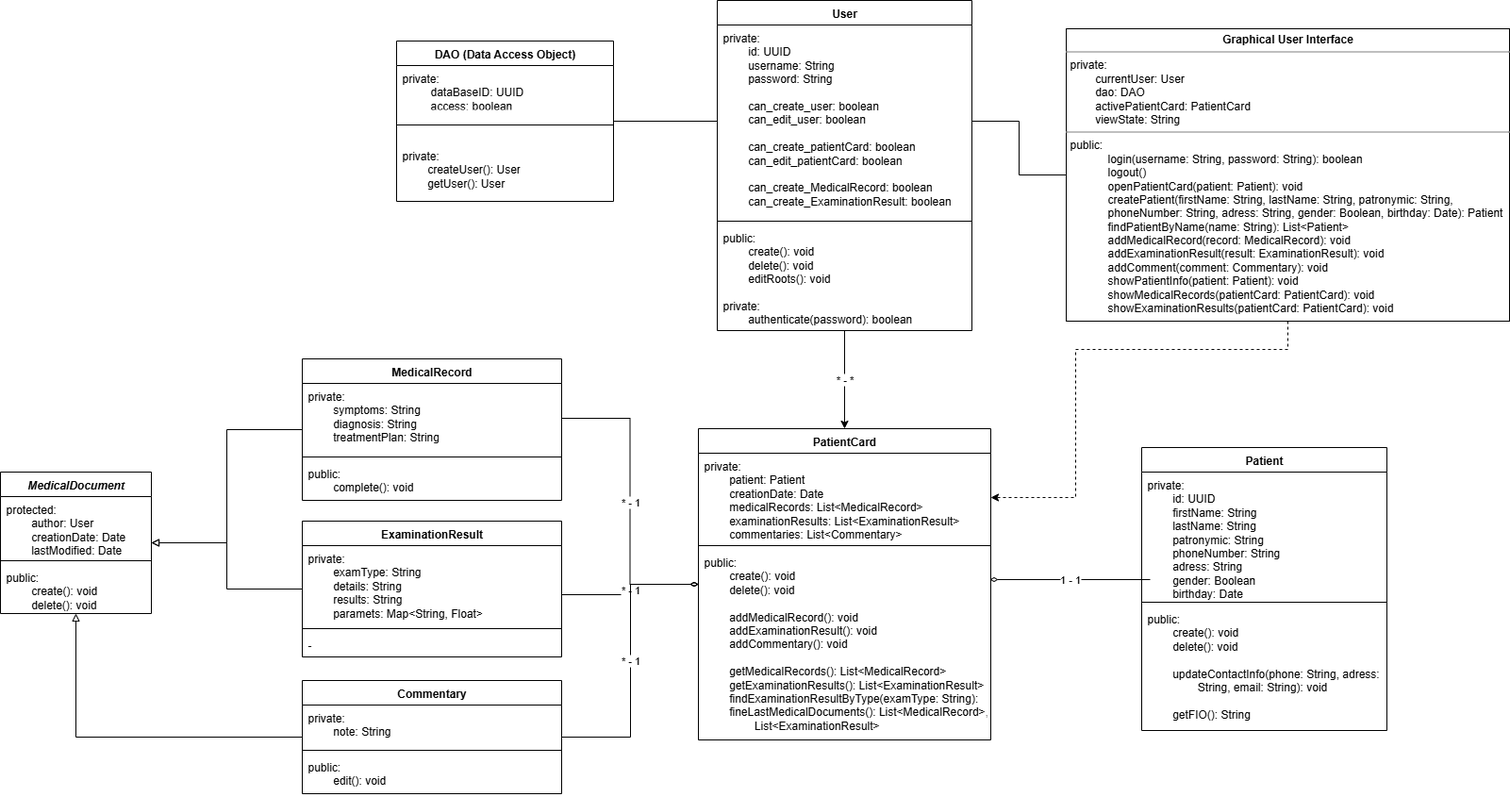
This is docs/class_diagram.png from pbsmfs/kpo, a draw.io export, as it was before one commit. Source tidied: cells renumbered, new cells last; positions are measured from the earlier drawing's top-left corner, leaving out a move shared by most shapes.
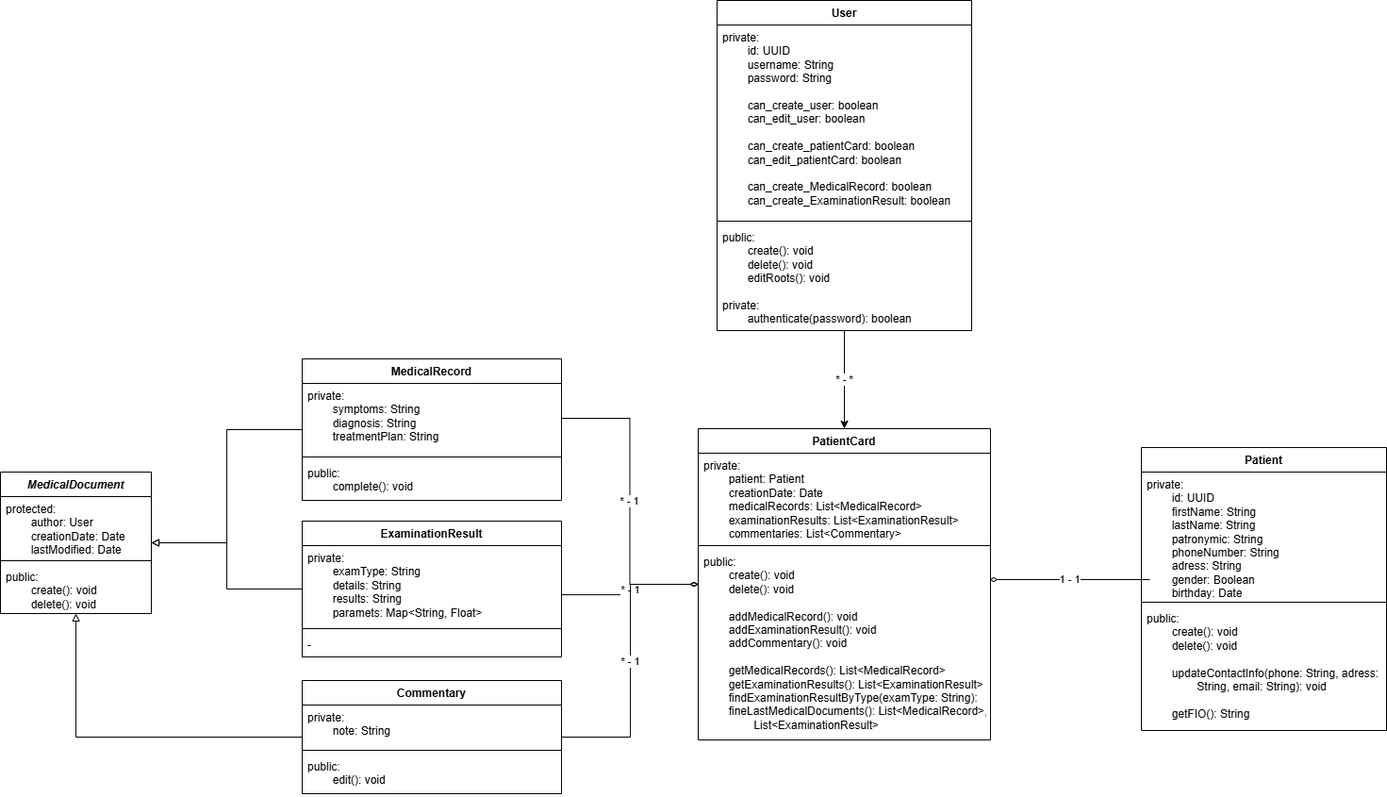
After the commit.

What changed in the source:
```diff
@@ -123,35 +123,5 @@
     <mxCell id="37" value="&lt;div&gt;public:&lt;/div&gt;&lt;div&gt;&lt;span style=&quot;background-color: transparent; color: light-dark(rgb(0, 0, 0), rgb(255, 255, 255));&quot;&gt;&lt;span style=&quot;white-space: pre;&quot;&gt;&#9;&lt;/span&gt;edit(): void&lt;/span&gt;&lt;/div&gt;" style="text;strokeColor=none;fillColor=none;align=left;verticalAlign=top;spacingLeft=4;spacingRight=4;overflow=hidden;whiteSpace=wrap;html=1;" parent="34" vertex="1">
       <mxGeometry y="78" width="275" height="42" as="geometry" />
     </mxCell>
-    <mxCell id="38" style="edgeStyle=orthogonalEdgeStyle;rounded=0;jettySize=auto;html=1;entryX=1;entryY=0.5;entryDx=0;entryDy=0;endArrow=none;endFill=0;" parent="1" edge="1" source="40" target="24">
-      <mxGeometry relative="1" as="geometry" />
-    </mxCell>
-    <mxCell id="39" style="edgeStyle=orthogonalEdgeStyle;rounded=0;jettySize=auto;html=1;exitX=0.5;exitY=1;exitDx=0;exitDy=0;entryX=1;entryY=0.5;entryDx=0;entryDy=0;dashed=1;" parent="1" edge="1" source="40" target="8">
-      <mxGeometry relative="1" as="geometry">
-        <Array as="points">
-          <mxPoint x="1365" y="370" />
-          <mxPoint x="1140" y="370" />
-          <mxPoint x="1140" y="527" />
-        </Array>
-      </mxGeometry>
-    </mxCell>
-    <mxCell id="40" value="&lt;p style=&quot;margin:0px;margin-top:4px;text-align:center;&quot;&gt;&lt;b&gt;Graphical User Interface&lt;/b&gt;&lt;/p&gt;&lt;hr size=&quot;1&quot; style=&quot;border-style:solid;&quot;&gt;&lt;p style=&quot;margin:0px;margin-left:4px;&quot;&gt;private:&lt;/p&gt;&lt;p style=&quot;margin:0px;margin-left:4px;&quot;&gt;&lt;span style=&quot;white-space: pre;&quot;&gt;&#9;&lt;/span&gt;currentUser: User&lt;br&gt;&lt;span style=&quot;white-space: pre;&quot;&gt;&#9;&lt;/span&gt;dao: DAO&lt;br&gt;&lt;span style=&quot;white-space: pre;&quot;&gt;&#9;&lt;/span&gt;activePatientCard: PatientCard&lt;/p&gt;&lt;p style=&quot;margin:0px;margin-left:4px;&quot;&gt;&lt;span style=&quot;white-space: pre;&quot;&gt;&#9;&lt;/span&gt;viewState: String&lt;/p&gt;&lt;hr size=&quot;1&quot; style=&quot;border-style:solid;&quot;&gt;&lt;p style=&quot;margin:0px;margin-left:4px;&quot;&gt;public:&lt;/p&gt;&lt;blockquote style=&quot;margin: 0 0 0 40px; border: none; padding: 0px;&quot;&gt;&lt;p style=&quot;margin:0px;margin-left:4px;&quot;&gt;login(username: String, password: String): boolean&lt;/p&gt;&lt;p style=&quot;margin:0px;margin-left:4px;&quot;&gt;logout()&lt;/p&gt;&lt;p style=&quot;margin:0px;margin-left:4px;&quot;&gt;openPatientCard(patient: Patient): void&lt;/p&gt;&lt;p style=&quot;margin:0px;margin-left:4px;&quot;&gt;createPatient(firstName: String, l&lt;span style=&quot;background-color: transparent; color: light-dark(rgb(0, 0, 0), rgb(255, 255, 255));&quot;&gt;astName: String,&amp;nbsp;&lt;/span&gt;&lt;span style=&quot;background-color: transparent; color: light-dark(rgb(0, 0, 0), rgb(255, 255, 255));&quot;&gt;patronymic: String,&amp;nbsp;&lt;/span&gt;&lt;/p&gt;&lt;p style=&quot;margin:0px;margin-left:4px;&quot;&gt;&lt;span style=&quot;background-color: transparent; color: light-dark(rgb(0, 0, 0), rgb(255, 255, 255));&quot;&gt;phoneNumber: String,&amp;nbsp;&lt;/span&gt;&lt;span style=&quot;background-color: transparent; color: light-dark(rgb(0, 0, 0), rgb(255, 255, 255));&quot;&gt;adress: String,&amp;nbsp;&lt;/span&gt;&lt;span style=&quot;background-color: transparent; color: light-dark(rgb(0, 0, 0), rgb(255, 255, 255));&quot;&gt;gender: Boolean, b&lt;/span&gt;&lt;span style=&quot;background-color: transparent; color: light-dark(rgb(0, 0, 0), rgb(255, 255, 255));&quot;&gt;irthday: Date&lt;/span&gt;&lt;span style=&quot;background-color: transparent; color: light-dark(rgb(0, 0, 0), rgb(255, 255, 255));&quot;&gt;): Patient&lt;/span&gt;&lt;/p&gt;&lt;p style=&quot;margin:0px;margin-left:4px;&quot;&gt;&lt;span style=&quot;background-color: transparent; color: light-dark(rgb(0, 0, 0), rgb(255, 255, 255));&quot;&gt;findPatientByName(name: String): List&amp;lt;Patient&amp;gt;&lt;/span&gt;&lt;/p&gt;&lt;p style=&quot;margin:0px;margin-left:4px;&quot;&gt;addMedicalRecord(record: MedicalRecord): void&lt;/p&gt;&lt;p style=&quot;margin:0px;margin-left:4px;&quot;&gt;addExaminationResult(result: ExaminationResult): void&lt;/p&gt;&lt;p style=&quot;margin:0px;margin-left:4px;&quot;&gt;addComment(comment: Commentary): void&lt;/p&gt;&lt;p style=&quot;margin:0px;margin-left:4px;&quot;&gt;showPatientInfo(patient: Patient): void&lt;/p&gt;&lt;p style=&quot;margin:0px;margin-left:4px;&quot;&gt;showMedicalRecords(patientCard: PatientCard): void&lt;/p&gt;&lt;p style=&quot;margin:0px;margin-left:4px;&quot;&gt;showExaminationResults(patientCard: PatientCard): void&lt;/p&gt;&lt;/blockquote&gt;&lt;p style=&quot;margin:0px;margin-left:4px;&quot;&gt;&lt;span style=&quot;background-color: transparent;&quot;&gt;&lt;/span&gt;&lt;/p&gt;" style="verticalAlign=top;align=left;overflow=fill;html=1;whiteSpace=wrap;" parent="1" vertex="1">
-      <mxGeometry x="1130" y="30" width="470" height="310" as="geometry" />
-    </mxCell>
-    <mxCell id="41" value="DAO (Data Access Object)" style="swimlane;fontStyle=1;align=center;verticalAlign=top;horizontal=1;startSize=26;whiteSpace=wrap;html=1;" parent="1" vertex="1">
-      <mxGeometry x="420" y="43" width="230" height="170" as="geometry" />
-    </mxCell>
-    <mxCell id="42" value="&lt;div&gt;&lt;span style=&quot;background-color: transparent; color: light-dark(rgb(0, 0, 0), rgb(255, 255, 255));&quot;&gt;private:&lt;/span&gt;&lt;/div&gt;&lt;div&gt;&lt;span style=&quot;background-color: transparent; color: light-dark(rgb(0, 0, 0), rgb(255, 255, 255));&quot;&gt;&lt;span style=&quot;white-space: pre;&quot;&gt;&#9;&lt;/span&gt;&amp;nbsp;dataBaseID: UUID&lt;/span&gt;&lt;/div&gt;&lt;div&gt;&lt;span style=&quot;white-space: pre;&quot;&gt;&#9;&lt;/span&gt;&amp;nbsp;access: boolean&lt;/div&gt;" style="text;strokeColor=none;fillColor=none;align=left;verticalAlign=top;spacingLeft=4;spacingRight=4;overflow=hidden;whiteSpace=wrap;html=1;" parent="41" vertex="1">
-      <mxGeometry y="26" width="230" height="44" as="geometry" />
-    </mxCell>
-    <mxCell id="43" style="line;strokeWidth=1;fillColor=none;align=left;verticalAlign=middle;spacingTop=-1;spacingLeft=3;spacingRight=3;labelPosition=right;strokeColor=inherit;" parent="41" vertex="1">
-      <mxGeometry y="70" width="230" height="38" as="geometry" />
-    </mxCell>
-    <mxCell id="44" value="&lt;div&gt;private:&lt;/div&gt;&lt;div&gt;&lt;span style=&quot;white-space: pre;&quot;&gt;&#9;&lt;/span&gt;createUser(): User&lt;/div&gt;&lt;span style=&quot;white-space: pre;&quot;&gt;&#9;&lt;/span&gt;getUser(): User&lt;div&gt;&lt;br&gt;&lt;div&gt;&lt;br&gt;&lt;/div&gt;&lt;/div&gt;" style="text;strokeColor=none;fillColor=none;align=left;verticalAlign=top;spacingLeft=4;spacingRight=4;overflow=hidden;whiteSpace=wrap;html=1;" parent="41" vertex="1">
-      <mxGeometry y="108" width="230" height="62" as="geometry" />
-    </mxCell>
-    <mxCell id="45" style="endArrow=none;html=1;rounded=0;entryX=0;entryY=0.5;entryDx=0;entryDy=0;exitX=1;exitY=0.5;exitDx=0;exitDy=0;" parent="1" edge="1" source="41" target="24">
-      <mxGeometry relative="1" as="geometry" />
-    </mxCell>
   </root>
 </mxGraphModel>
```
